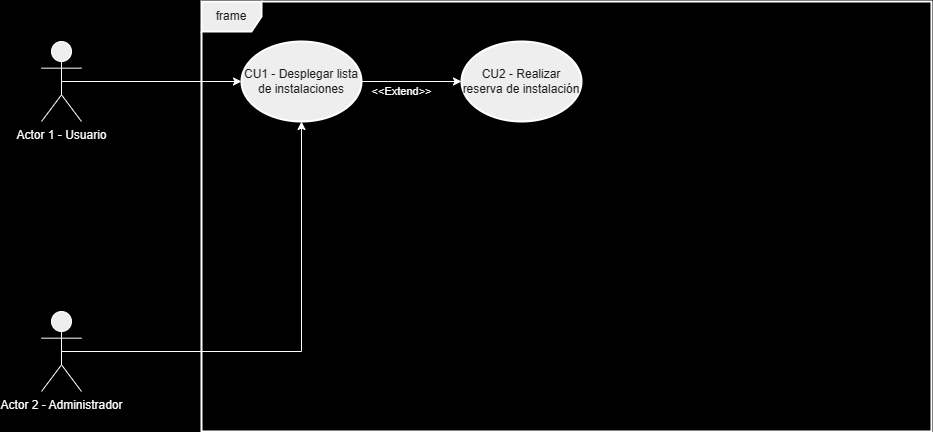
Earlier version of the draw.io export doc/UseCase.png (333-333-333/public-static-void-main-string-args). Source tidied: cells renumbered, new cells last; positions are measured from the earlier drawing's top-left corner, leaving out a move shared by most shapes.
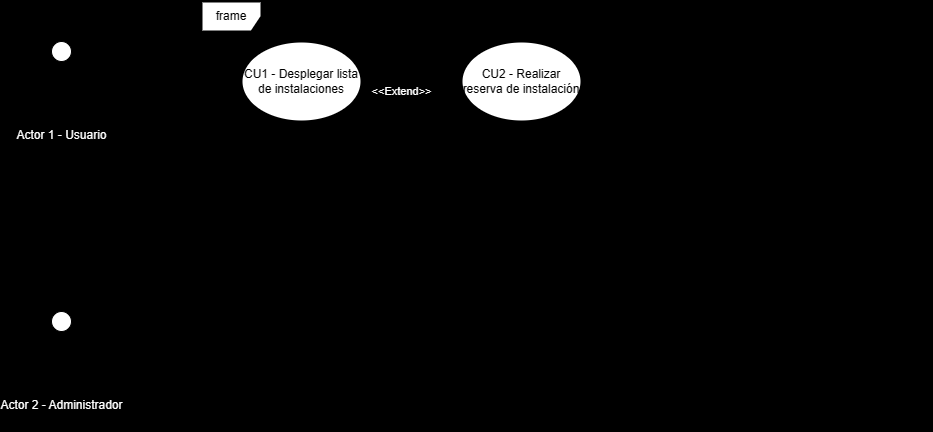
The same diagram one commit later.

Change to the diagram source:
```diff
@@ -2,33 +2,33 @@
   <root>
     <mxCell id="0" />
     <mxCell id="1" parent="0" />
-    <mxCell id="2" style="edgeStyle=orthogonalEdgeStyle;rounded=0;jettySize=auto;html=1;exitX=0.5;exitY=0.5;exitDx=0;exitDy=0;exitPerimeter=0;strokeColor=#FFFFFF;labelBackgroundColor=none;fontColor=default;" parent="1" edge="1" source="3" target="9">
+    <mxCell id="2" style="edgeStyle=orthogonalEdgeStyle;rounded=0;jettySize=auto;html=1;exitX=0.5;exitY=0.5;exitDx=0;exitDy=0;exitPerimeter=0;labelBackgroundColor=none;fontColor=default;" parent="1" edge="1" source="3" target="9">
       <mxGeometry relative="1" as="geometry" />
     </mxCell>
-    <mxCell id="3" value="&lt;font color=&quot;#ffffff&quot;&gt;Actor 1 - Usuario&lt;/font&gt;" style="shape=umlActor;verticalLabelPosition=bottom;verticalAlign=top;html=1;outlineConnect=0;labelBackgroundColor=none;rounded=0;fillColor=#EEEEEE;strokeColor=#FFFFFF;fontColor=#1A1A1A;" parent="1" vertex="1">
+    <mxCell id="3" value="&lt;font color=&quot;#ffffff&quot;&gt;Actor 1 - Usuario&lt;/font&gt;" style="shape=umlActor;verticalLabelPosition=bottom;verticalAlign=top;html=1;outlineConnect=0;labelBackgroundColor=none;rounded=0;" parent="1" vertex="1">
       <mxGeometry y="40" width="40" height="80" as="geometry" />
     </mxCell>
-    <mxCell id="4" style="edgeStyle=orthogonalEdgeStyle;rounded=0;jettySize=auto;html=1;exitX=0.5;exitY=0.5;exitDx=0;exitDy=0;exitPerimeter=0;labelBackgroundColor=none;fontColor=default;strokeColor=#FFFFFF;" parent="1" edge="1" source="5" target="9">
+    <mxCell id="4" style="edgeStyle=orthogonalEdgeStyle;rounded=0;jettySize=auto;html=1;exitX=0.5;exitY=0.5;exitDx=0;exitDy=0;exitPerimeter=0;labelBackgroundColor=none;fontColor=default;" parent="1" edge="1" source="5" target="9">
       <mxGeometry relative="1" as="geometry" />
     </mxCell>
-    <mxCell id="5" value="&lt;font color=&quot;#ffffff&quot;&gt;Actor 2 - Administrador&lt;/font&gt;" style="shape=umlActor;verticalLabelPosition=bottom;verticalAlign=top;html=1;outlineConnect=0;labelBackgroundColor=none;rounded=0;fillColor=#EEEEEE;strokeColor=#FFFFFF;fontColor=#1A1A1A;" parent="1" vertex="1">
+    <mxCell id="5" value="&lt;font color=&quot;#ffffff&quot;&gt;Actor 2 - Administrador&lt;/font&gt;" style="shape=umlActor;verticalLabelPosition=bottom;verticalAlign=top;html=1;outlineConnect=0;labelBackgroundColor=none;rounded=0;" parent="1" vertex="1">
       <mxGeometry y="310" width="40" height="80" as="geometry" />
     </mxCell>
-    <mxCell id="6" value="frame" style="shape=umlFrame;whiteSpace=wrap;html=1;strokeWidth=2;labelBackgroundColor=none;rounded=0;fillColor=#EEEEEE;strokeColor=#FFFFFF;fontColor=#1A1A1A;" parent="1" vertex="1">
+    <mxCell id="6" value="frame" style="shape=umlFrame;whiteSpace=wrap;html=1;strokeWidth=2;labelBackgroundColor=none;rounded=0;" parent="1" vertex="1">
       <mxGeometry x="160" width="730" height="430" as="geometry" />
     </mxCell>
-    <mxCell id="7" style="edgeStyle=orthogonalEdgeStyle;rounded=0;jettySize=auto;html=1;exitX=1;exitY=0.5;exitDx=0;exitDy=0;entryX=0;entryY=0.5;entryDx=0;entryDy=0;strokeColor=#FFFFFF;labelBackgroundColor=none;fontColor=default;" parent="1" edge="1" source="9" target="10">
+    <mxCell id="7" style="edgeStyle=orthogonalEdgeStyle;rounded=0;jettySize=auto;html=1;exitX=1;exitY=0.5;exitDx=0;exitDy=0;entryX=0;entryY=0.5;entryDx=0;entryDy=0;labelBackgroundColor=none;fontColor=default;" parent="1" edge="1" source="9" target="10">
       <mxGeometry relative="1" as="geometry" />
     </mxCell>
-    <mxCell id="8" value="&lt;font color=&quot;#ffffff&quot;&gt;&amp;lt;&amp;lt;Extend&amp;gt;&amp;gt;&lt;/font&gt;" style="edgeLabel;html=1;align=center;verticalAlign=middle;fontColor=#1A1A1A;labelBackgroundColor=none;" parent="7" vertex="1">
+    <mxCell id="8" value="&lt;font color=&quot;#ffffff&quot;&gt;&amp;lt;&amp;lt;Extend&amp;gt;&amp;gt;&lt;/font&gt;" style="edgeLabel;html=1;align=center;verticalAlign=middle;labelBackgroundColor=none;" parent="7" vertex="1">
       <mxGeometry x="-0.25" y="-2" relative="1" as="geometry">
         <mxPoint x="2" y="8" as="offset" />
       </mxGeometry>
     </mxCell>
-    <mxCell id="9" value="CU1 - Desplegar lista de instalaciones" style="ellipse;whiteSpace=wrap;html=1;fillColor=#EEEEEE;strokeColor=#FFFFFF;labelBackgroundColor=none;fontColor=#1A1A1A;strokeWidth=2;" parent="1" vertex="1">
+    <mxCell id="9" value="CU1 - Desplegar lista de instalaciones" style="ellipse;whiteSpace=wrap;html=1;labelBackgroundColor=none;strokeWidth=2;" parent="1" vertex="1">
       <mxGeometry x="200" y="40" width="120" height="80" as="geometry" />
     </mxCell>
-    <mxCell id="10" value="CU2 - Realizar reserva de instalación" style="ellipse;whiteSpace=wrap;html=1;fillColor=#EEEEEE;strokeColor=#FFFFFF;labelBackgroundColor=none;fontColor=#1A1A1A;strokeWidth=2;" parent="1" vertex="1">
+    <mxCell id="10" value="CU2 - Realizar reserva de instalación" style="ellipse;whiteSpace=wrap;html=1;labelBackgroundColor=none;strokeWidth=2;" parent="1" vertex="1">
       <mxGeometry x="420" y="40" width="120" height="80" as="geometry" />
     </mxCell>
   </root>
```
